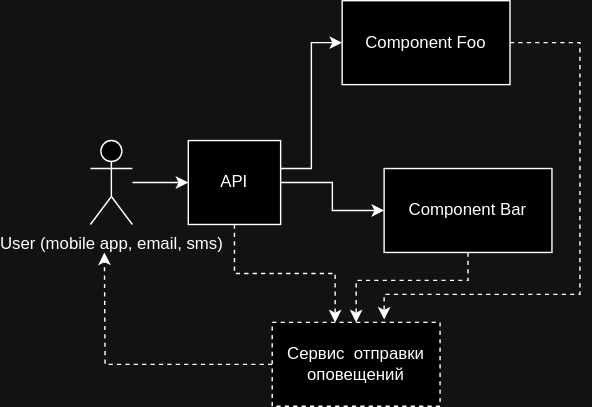
Yandex-Practicum/architect-practice-tpl keeps this draw.io diagram as notificator/static/current_arch.svg. Above is the earlier version. Source tidied: cells renumbered, new cells last; positions are measured from the earlier drawing's top-left corner, leaving out a move shared by most shapes.
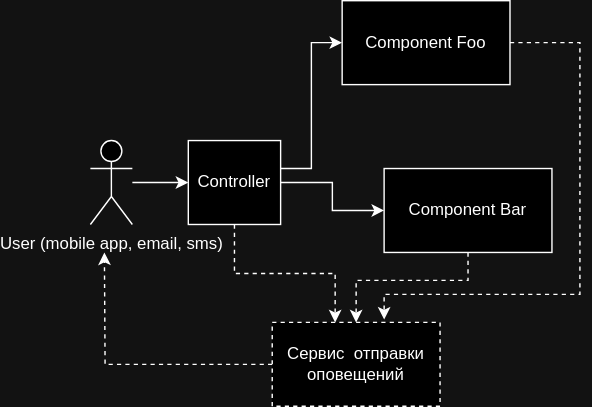
The same diagram one commit later.

Change to the diagram source:
```diff
@@ -41,7 +41,7 @@
         </Array>
       </mxGeometry>
     </mxCell>
-    <mxCell id="11" value="API" style="rounded=0;whiteSpace=wrap;html=1;" parent="1" vertex="1">
+    <mxCell id="11" value="Controller" style="rounded=0;whiteSpace=wrap;html=1;" parent="1" vertex="1">
       <mxGeometry x="70" y="100" width="66" height="60" as="geometry" />
     </mxCell>
     <mxCell id="12" style="edgeStyle=orthogonalEdgeStyle;rounded=0;jettySize=auto;html=1;entryX=0.375;entryY=0;entryDx=0;entryDy=0;entryPerimeter=0;dashed=1;" parent="1" edge="1" source="11" target="7">
```
